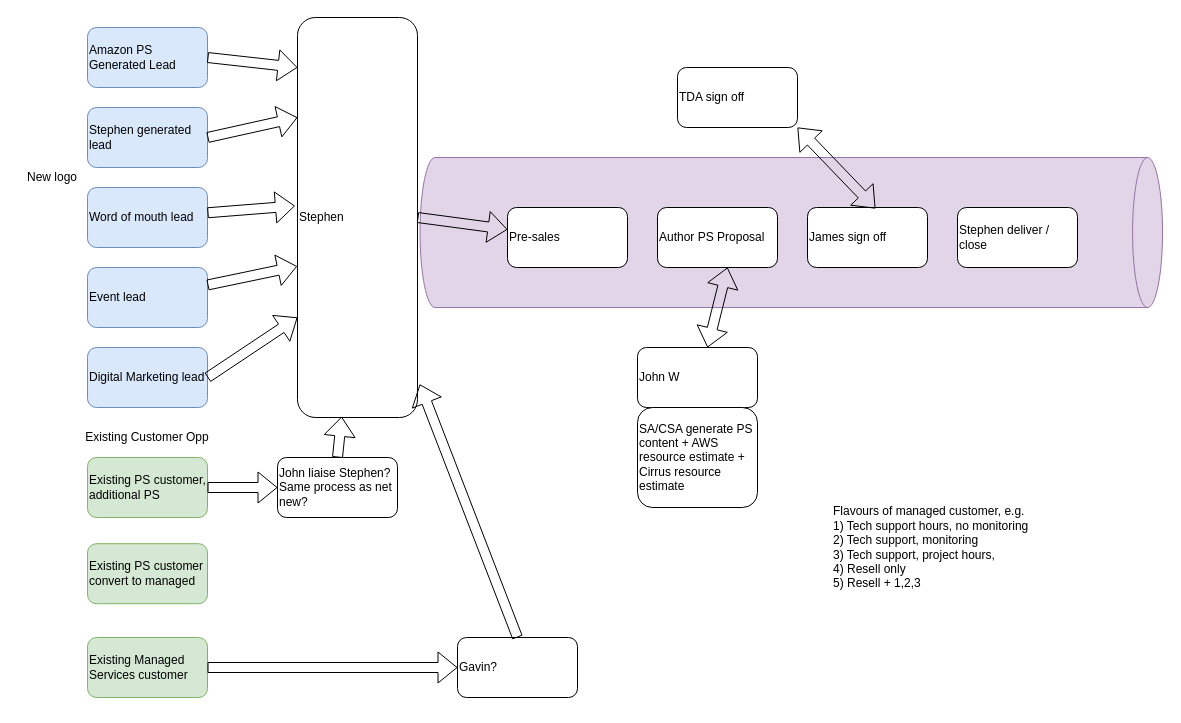
This is page "Sales Funnel" (1 of 3) of Processes.drawio from taupoali/awsdiagrams, a draw.io file, before an edit. Source tidied: cells renumbered, new cells numbered last; positions are measured from the earlier drawing's top-left corner, leaving out a move shared by most shapes. Both pictures are drawn from the tidied source at 100%, with x=0, y=0 at pixel (17, -139).
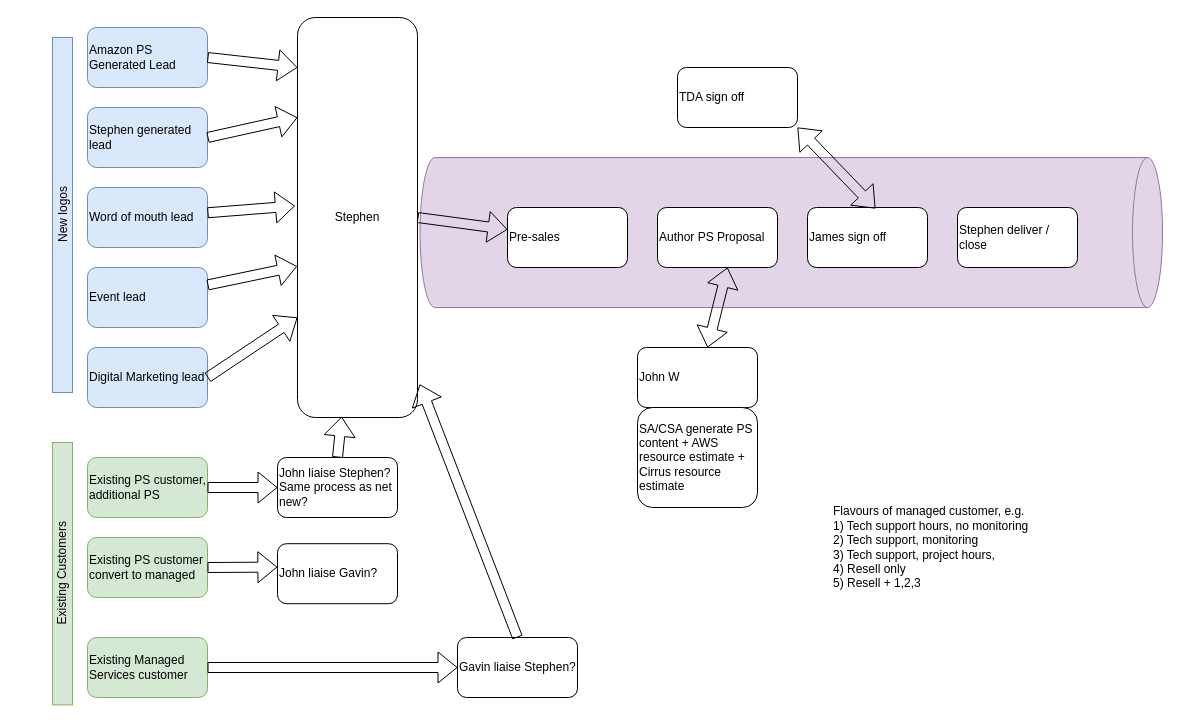
After the change.

Diff of the diagram source:
```diff
@@
-    <mxCell id="5" value="New logo&lt;br&gt;" style="text;html=1;strokeColor=none;fillColor=none;align=center;verticalAlign=middle;whiteSpace=wrap;rounded=0;" parent="1" vertex="1">
-      <mxGeometry y="306" width="70" height="20" as="geometry" />
+    <mxCell id="5" value="Existing Customers" style="text;html=1;strokeColor=#82b366;fillColor=#d5e8d4;align=center;verticalAlign=middle;whiteSpace=wrap;rounded=0;rotation=-90;" parent="1" vertex="1">
+      <mxGeometry x="-86.2" y="702.2" width="262.5" height="20" as="geometry" />
     </mxCell>
@@
-    <mxCell id="9" value="Stephen" style="rounded=1;whiteSpace=wrap;html=1;align=left;" parent="1" vertex="1">
+    <mxCell id="9" value="Stephen" style="rounded=1;whiteSpace=wrap;html=1;align=center;" parent="1" vertex="1">
       <mxGeometry x="280" y="156" width="120" height="400" as="geometry" />
     </mxCell>
@@
-    <mxCell id="11" value="Existing Customer Opp" style="text;html=1;strokeColor=none;fillColor=none;align=center;verticalAlign=middle;whiteSpace=wrap;rounded=0;" parent="1" vertex="1">
-      <mxGeometry x="50" y="566" width="160" height="20" as="geometry" />
-    </mxCell>
@@
-    <mxCell id="23" value="Gavin?" style="rounded=1;whiteSpace=wrap;html=1;align=left;" parent="1" vertex="1">
+    <mxCell id="23" value="Gavin liaise Stephen?&lt;br&gt;" style="rounded=1;whiteSpace=wrap;html=1;align=left;" parent="1" vertex="1">
       <mxGeometry x="440" y="776" width="120" height="60" as="geometry" />
     </mxCell>
@@
     <mxCell id="31" value="Existing PS customer convert to managed" style="rounded=1;whiteSpace=wrap;html=1;align=left;fillColor=#d5e8d4;strokeColor=#82b366;" parent="1" vertex="1">
-      <mxGeometry x="70" y="682.2" width="120" height="60" as="geometry" />
+      <mxGeometry x="70" y="676" width="120" height="60" as="geometry" />
     </mxCell>
@@
+    <mxCell id="36" value="New logos" style="text;html=1;strokeColor=#6c8ebf;fillColor=#dae8fc;align=center;verticalAlign=middle;whiteSpace=wrap;rounded=0;rotation=-90;" parent="1" vertex="1">
+      <mxGeometry x="-132.5" y="343.5" width="355" height="20" as="geometry" />
+    </mxCell>
+    <mxCell id="37" value="John liaise Gavin?" style="rounded=1;whiteSpace=wrap;html=1;align=left;" parent="1" vertex="1">
+      <mxGeometry x="260" y="682.2" width="120" height="60" as="geometry" />
+    </mxCell>
+    <mxCell id="38" style="shape=flexArrow;endArrow=classic;html=1;exitX=1;exitY=0.5;exitDx=0;exitDy=0;entryX=-0.001;entryY=0.39;entryDx=0;entryDy=0;entryPerimeter=0;" parent="1" edge="1" source="31" target="37">
+      <mxGeometry relative="1" as="geometry" />
+    </mxCell>
```
